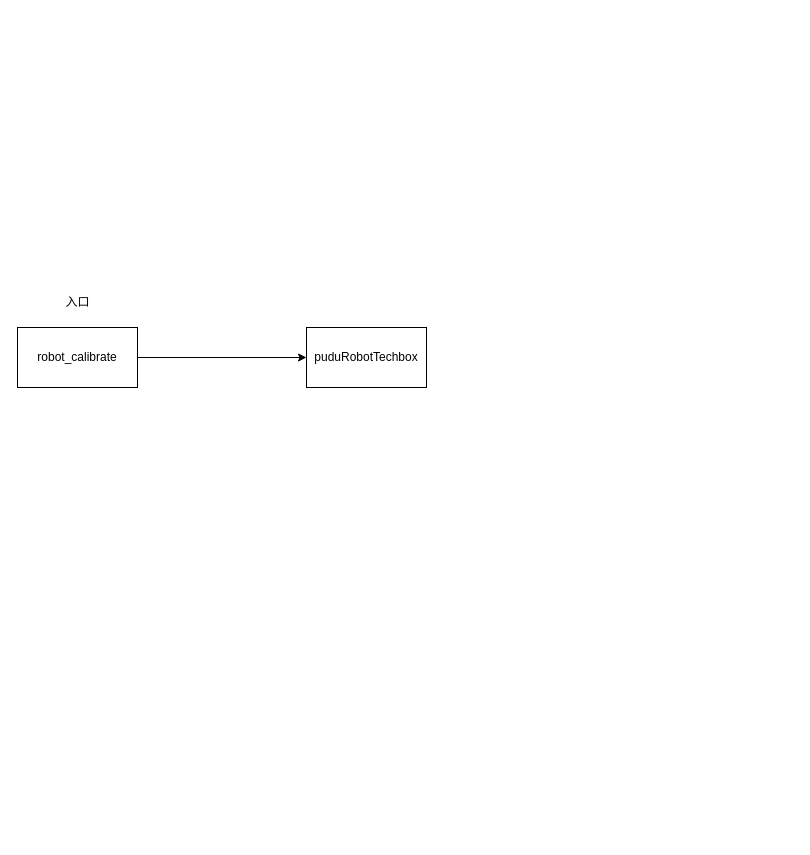
The draw.io diagram 重构相机标定工具.drawio in Jev0987/drawioFile, before the edit. Source tidied: cells renumbered, new cells numbered last; positions are measured from the earlier drawing's top-left corner, leaving out a move shared by most shapes. Both pictures are drawn from the tidied source at 100%, with x=0, y=0 at pixel (17, 287).
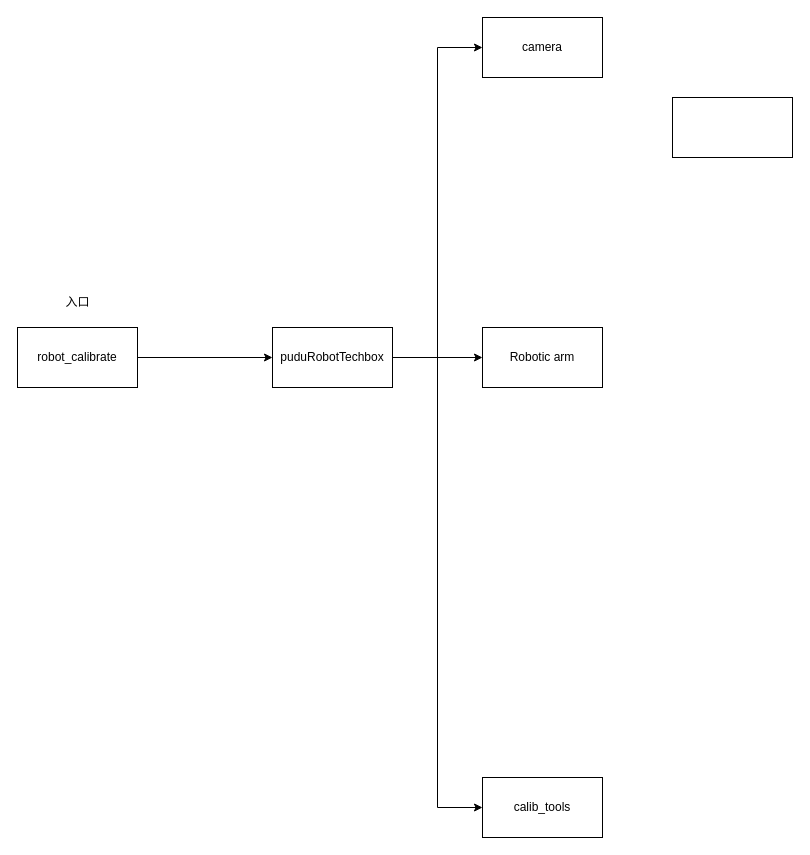
The same diagram, later.

Commit message (it also covers changes not shown here):
更新重构相机标定工具.drawio

Change to the diagram source:
```diff
@@
 <mxGraphModel>
   <root>
     <mxCell id="0" />
     <mxCell id="1" parent="0" />
     <mxCell id="2" style="edgeStyle=orthogonalEdgeStyle;rounded=0;jettySize=auto;html=1;exitX=1;exitY=0.5;exitDx=0;exitDy=0;entryX=0;entryY=0.5;entryDx=0;entryDy=0;" parent="1" edge="1" source="3" target="5">
       <mxGeometry relative="1" as="geometry" />
     </mxCell>
     <mxCell id="3" value="robot_calibrate" style="rounded=0;whiteSpace=wrap;html=1;" parent="1" vertex="1">
       <mxGeometry y="40" width="120" height="60" as="geometry" />
     </mxCell>
     <mxCell id="4" value="入口" style="text;html=1;align=center;verticalAlign=middle;strokeColor=none;fillColor=none;" parent="1" vertex="1">
       <mxGeometry x="35" width="50" height="30" as="geometry" />
     </mxCell>
+    <mxCell id="6" style="edgeStyle=orthogonalEdgeStyle;rounded=0;jettySize=auto;html=1;exitX=1;exitY=0.5;exitDx=0;exitDy=0;entryX=0;entryY=0.5;entryDx=0;entryDy=0;" parent="1" edge="1" source="5" target="9">
+      <mxGeometry relative="1" as="geometry" />
+    </mxCell>
+    <mxCell id="7" style="edgeStyle=orthogonalEdgeStyle;rounded=0;jettySize=auto;html=1;exitX=1;exitY=0.5;exitDx=0;exitDy=0;entryX=0;entryY=0.5;entryDx=0;entryDy=0;" parent="1" edge="1" source="5" target="10">
+      <mxGeometry relative="1" as="geometry" />
+    </mxCell>
+    <mxCell id="8" style="edgeStyle=orthogonalEdgeStyle;rounded=0;jettySize=auto;html=1;exitX=1;exitY=0.5;exitDx=0;exitDy=0;entryX=0;entryY=0.5;entryDx=0;entryDy=0;" parent="1" edge="1" source="5" target="12">
+      <mxGeometry relative="1" as="geometry" />
+    </mxCell>
     <mxCell id="5" value="puduRobotTechbox" style="rounded=0;whiteSpace=wrap;html=1;" parent="1" vertex="1">
-      <mxGeometry x="289" y="40" width="120" height="60" as="geometry" />
+      <mxGeometry x="255" y="40" width="120" height="60" as="geometry" />
     </mxCell>
+    <mxCell id="9" value="camera" style="whiteSpace=wrap;html=1;" parent="1" vertex="1">
+      <mxGeometry x="465" y="-270" width="120" height="60" as="geometry" />
+    </mxCell>
+    <mxCell id="10" value="Robotic arm" style="whiteSpace=wrap;html=1;" parent="1" vertex="1">
+      <mxGeometry x="465" y="40" width="120" height="60" as="geometry" />
+    </mxCell>
+    <mxCell id="11" style="whiteSpace=wrap;html=1;" parent="1" vertex="1">
+      <mxGeometry x="655" y="-190" width="120" height="60" as="geometry" />
+    </mxCell>
+    <mxCell id="12" value="calib_tools" style="whiteSpace=wrap;html=1;" parent="1" vertex="1">
+      <mxGeometry x="465" y="490" width="120" height="60" as="geometry" />
+    </mxCell>
   </root>
 </mxGraphModel>
```
